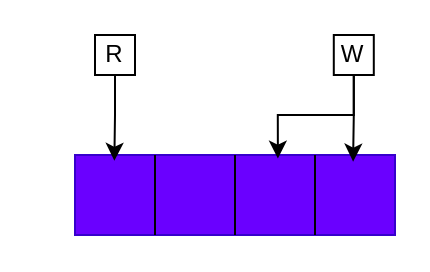
The draw.io diagram Form Workshop/images/sb9.drawio in AnaIPereira/Presentations, before the edit. Source tidied: cells renumbered, new cells numbered last; positions are measured from the earlier drawing's top-left corner, leaving out a move shared by most shapes. Both pictures are drawn from the tidied source at 200%, with x=0, y=0 at pixel (74, 34).
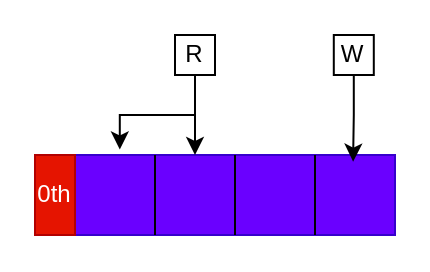
The same diagram, later.

The edit, as a diff of the source:
```diff
@@
 <mxGraphModel>
   <root>
     <mxCell id="0" />
     <mxCell id="1" parent="0" />
     <mxCell id="2" style="rounded=0;whiteSpace=wrap;html=1;fillColor=light-dark(#6A00FF,#7F00FF);strokeColor=#3700CC;fontColor=#ffffff;" parent="1" vertex="1">
       <mxGeometry y="60" width="160" height="40" as="geometry" />
     </mxCell>
     <mxCell id="3" style="endArrow=none;html=1;rounded=0;" parent="1" edge="1">
       <mxGeometry relative="1" as="geometry">
         <mxPoint x="80" y="100" as="sourcePoint" />
         <mxPoint x="80" y="60" as="targetPoint" />
       </mxGeometry>
     </mxCell>
     <mxCell id="4" style="endArrow=none;html=1;rounded=0;" parent="1" edge="1">
       <mxGeometry relative="1" as="geometry">
         <mxPoint x="40" y="100" as="sourcePoint" />
         <mxPoint x="40" y="60" as="targetPoint" />
       </mxGeometry>
     </mxCell>
     <mxCell id="5" style="endArrow=none;html=1;rounded=0;" parent="1" edge="1">
       <mxGeometry relative="1" as="geometry">
         <mxPoint x="120" y="100" as="sourcePoint" />
         <mxPoint x="120" y="60" as="targetPoint" />
       </mxGeometry>
     </mxCell>
     <mxCell id="6" value="W" style="rounded=0;whiteSpace=wrap;html=1;" parent="1" vertex="1">
       <mxGeometry x="129.4" width="20" height="20" as="geometry" />
     </mxCell>
     <mxCell id="7" value="R" style="rounded=0;whiteSpace=wrap;html=1;" parent="1" vertex="1">
-      <mxGeometry x="10" width="20" height="20" as="geometry" />
+      <mxGeometry x="50" width="20" height="20" as="geometry" />
     </mxCell>
-    <mxCell id="8" style="edgeStyle=orthogonalEdgeStyle;rounded=0;jettySize=auto;html=1;entryX=0.123;entryY=0.072;entryDx=0;entryDy=0;entryPerimeter=0;" parent="1" edge="1" source="7" target="2">
-      <mxGeometry relative="1" as="geometry" />
-    </mxCell>
     <mxCell id="9" style="edgeStyle=orthogonalEdgeStyle;rounded=0;jettySize=auto;html=1;entryX=0.869;entryY=0.083;entryDx=0;entryDy=0;entryPerimeter=0;" parent="1" edge="1" source="6" target="2">
       <mxGeometry relative="1" as="geometry" />
     </mxCell>
-    <mxCell id="10" style="edgeStyle=orthogonalEdgeStyle;rounded=0;jettySize=auto;html=1;entryX=0.634;entryY=0.045;entryDx=0;entryDy=0;entryPerimeter=0;" parent="1" edge="1" source="6" target="2">
-      <mxGeometry relative="1" as="geometry" />
-    </mxCell>
+    <mxCell id="11" value="0th" style="rounded=0;whiteSpace=wrap;html=1;fillColor=#e51400;fontColor=#ffffff;strokeColor=#B20000;" parent="1" vertex="1">
+      <mxGeometry x="-20" y="60" width="20" height="40" as="geometry" />
+    </mxCell>
+    <mxCell id="12" style="edgeStyle=orthogonalEdgeStyle;rounded=0;jettySize=auto;html=1;entryX=0.375;entryY=-0.001;entryDx=0;entryDy=0;entryPerimeter=0;" parent="1" edge="1" source="7" target="2">
+      <mxGeometry relative="1" as="geometry" />
+    </mxCell>
+    <mxCell id="13" style="edgeStyle=orthogonalEdgeStyle;rounded=0;jettySize=auto;html=1;entryX=0.14;entryY=-0.069;entryDx=0;entryDy=0;entryPerimeter=0;" parent="1" edge="1" source="7" target="2">
+      <mxGeometry relative="1" as="geometry" />
+    </mxCell>
   </root>
 </mxGraphModel>
```
